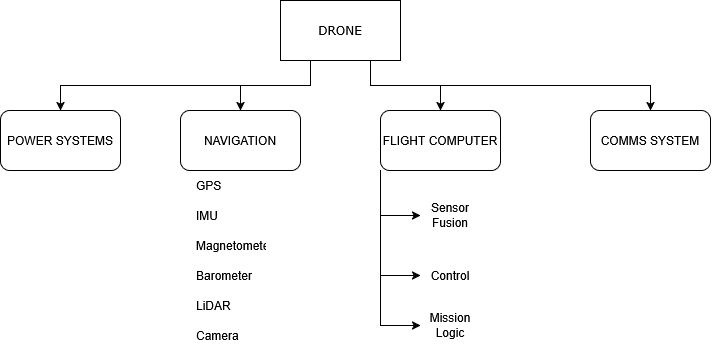
This is Drone.drawio.png from usenyilmaz/slave-labor, a draw.io export, as it was before one commit. Source tidied: cells renumbered, new cells last; positions are measured from the earlier drawing's top-left corner, leaving out a move shared by most shapes.
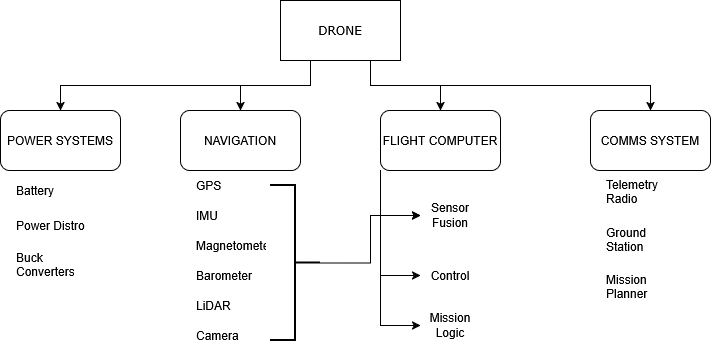
Later version of the same file.

Change to the diagram source:
```diff
@@ -77,5 +77,29 @@
     <mxCell id="22" value="Camera" style="text;strokeColor=none;fillColor=none;align=left;verticalAlign=middle;spacingLeft=4;spacingRight=4;overflow=hidden;whiteSpace=wrap;html=1;" parent="1" vertex="1">
       <mxGeometry x="190" y="320" width="80" height="30" as="geometry" />
     </mxCell>
+    <mxCell id="23" value="Telemetry Radio" style="text;strokeColor=none;fillColor=none;align=left;verticalAlign=middle;spacingLeft=4;spacingRight=4;overflow=hidden;whiteSpace=wrap;html=1;" parent="1" vertex="1">
+      <mxGeometry x="600" y="175" width="80" height="30" as="geometry" />
+    </mxCell>
+    <mxCell id="24" value="Ground Station" style="text;strokeColor=none;fillColor=none;align=left;verticalAlign=middle;spacingLeft=4;spacingRight=4;overflow=hidden;whiteSpace=wrap;html=1;" parent="1" vertex="1">
+      <mxGeometry x="600" y="223" width="80" height="30" as="geometry" />
+    </mxCell>
+    <mxCell id="25" value="Mission Planner" style="text;strokeColor=none;fillColor=none;align=left;verticalAlign=middle;spacingLeft=4;spacingRight=4;overflow=hidden;whiteSpace=wrap;html=1;" parent="1" vertex="1">
+      <mxGeometry x="600" y="270" width="80" height="30" as="geometry" />
+    </mxCell>
+    <mxCell id="26" style="edgeStyle=orthogonalEdgeStyle;rounded=0;jettySize=auto;html=1;exitX=0;exitY=0.5;exitDx=0;exitDy=0;exitPerimeter=0;entryX=0;entryY=0.5;entryDx=0;entryDy=0;" parent="1" edge="1" source="27" target="14">
+      <mxGeometry relative="1" as="geometry" />
+    </mxCell>
+    <mxCell id="27" style="strokeWidth=2;html=1;shape=mxgraph.flowchart.annotation_2;align=left;labelPosition=right;direction=west;" parent="1" vertex="1">
+      <mxGeometry x="270" y="185" width="50" height="155" as="geometry" />
+    </mxCell>
+    <mxCell id="28" value="Battery" style="text;strokeColor=none;fillColor=none;align=left;verticalAlign=middle;spacingLeft=4;spacingRight=4;overflow=hidden;whiteSpace=wrap;html=1;" parent="1" vertex="1">
+      <mxGeometry x="10" y="175" width="80" height="30" as="geometry" />
+    </mxCell>
+    <mxCell id="29" value="Power Distro" style="text;strokeColor=none;fillColor=none;align=left;verticalAlign=middle;spacingLeft=4;spacingRight=4;overflow=hidden;whiteSpace=wrap;html=1;" parent="1" vertex="1">
+      <mxGeometry x="10" y="210" width="80" height="30" as="geometry" />
+    </mxCell>
+    <mxCell id="30" value="Buck Converters" style="text;strokeColor=none;fillColor=none;align=left;verticalAlign=middle;spacingLeft=4;spacingRight=4;overflow=hidden;whiteSpace=wrap;html=1;" parent="1" vertex="1">
+      <mxGeometry x="10" y="247.5" width="80" height="30" as="geometry" />
+    </mxCell>
   </root>
 </mxGraphModel>
```
